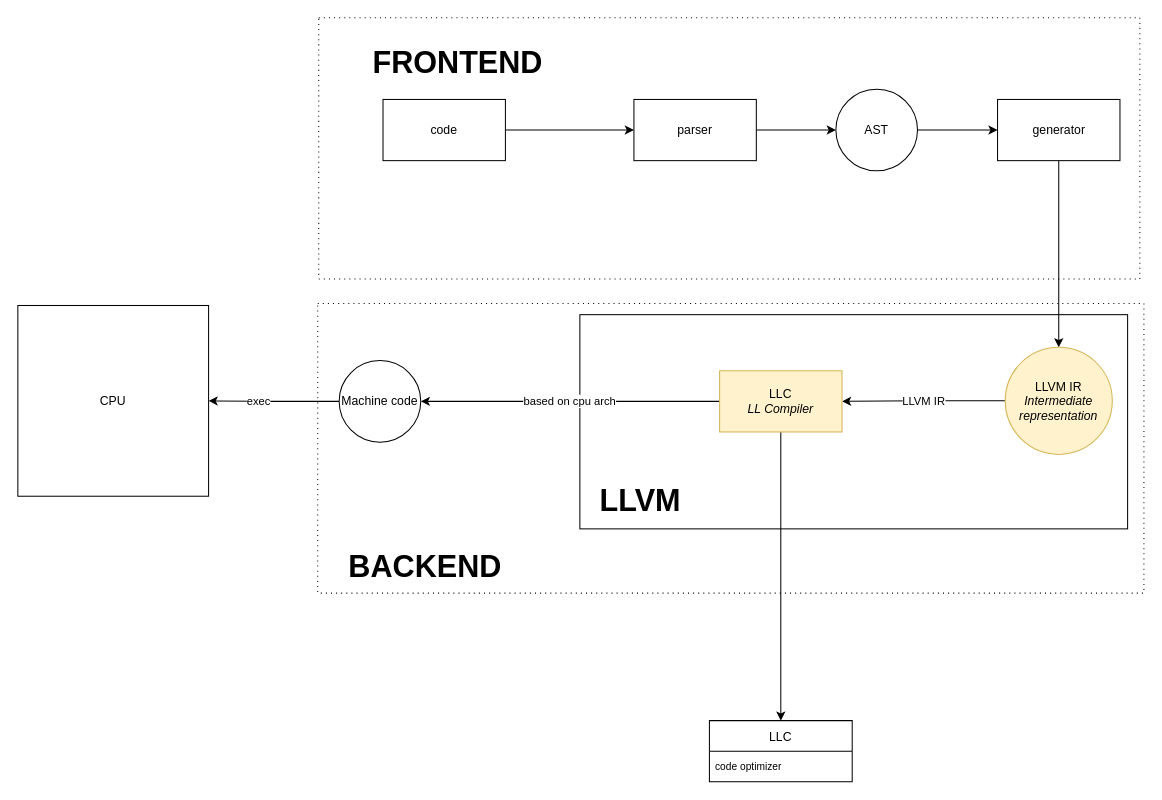
This is docs/simple abstract working.drawio from xenSlayer/xen-lang, a draw.io file, before an edit. Source tidied: cells renumbered, new cells numbered last; positions are measured from the earlier drawing's top-left corner, leaving out a move shared by most shapes. Both pictures are drawn from the tidied source at 102%, with x=0, y=0 at pixel (17, 17).
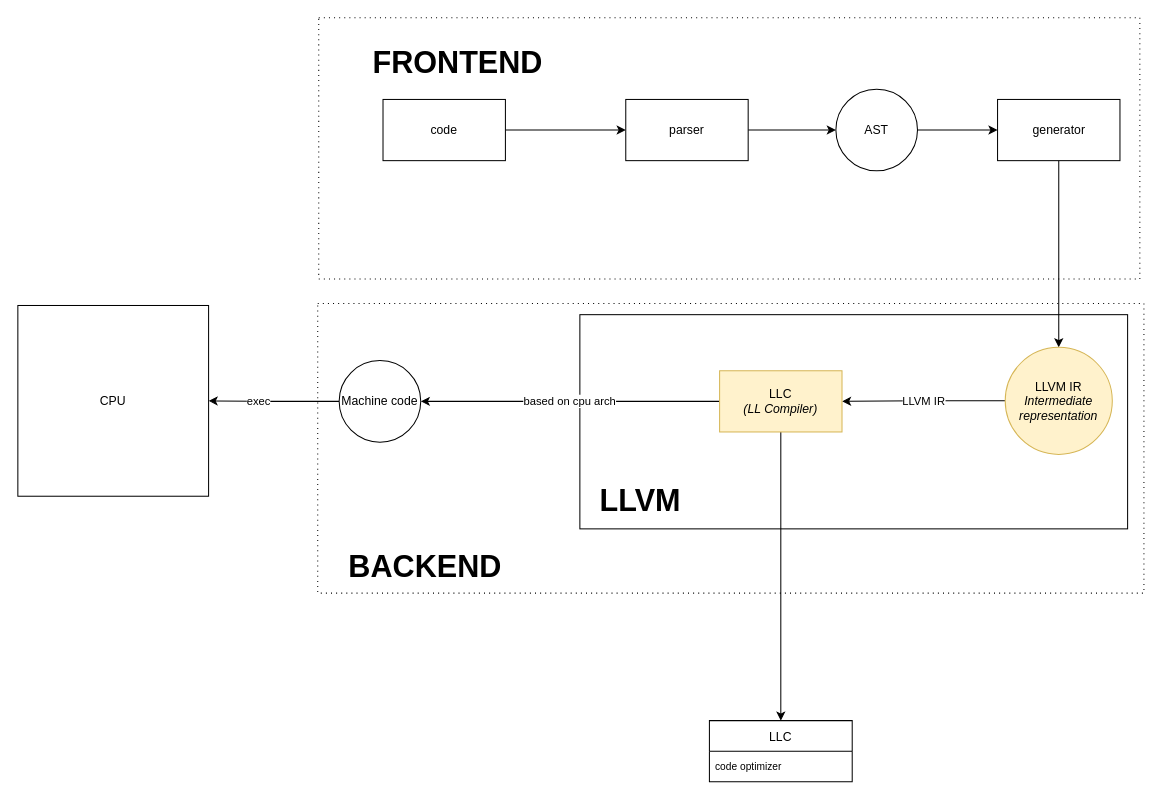
Above is the later version.

The edit, as a diff of the source:
```diff
@@
     <mxCell id="8" value="parser" style="rounded=0;whiteSpace=wrap;html=1;" parent="1" vertex="1">
-      <mxGeometry x="604" y="80" width="120" height="60" as="geometry" />
+      <mxGeometry x="596" y="80" width="120" height="60" as="geometry" />
     </mxCell>
@@
-    <mxCell id="17" value="LLC&lt;br&gt;&lt;i&gt;LL Compiler&lt;/i&gt;" style="rounded=0;whiteSpace=wrap;html=1;fillColor=#fff2cc;strokeColor=#d6b656;" parent="1" vertex="1">
+    <mxCell id="17" value="LLC&lt;br&gt;&lt;i&gt;(LL Compiler)&lt;/i&gt;" style="rounded=0;whiteSpace=wrap;html=1;fillColor=#fff2cc;strokeColor=#d6b656;" parent="1" vertex="1">
       <mxGeometry x="688" y="346" width="120" height="60" as="geometry" />
     </mxCell>
```
